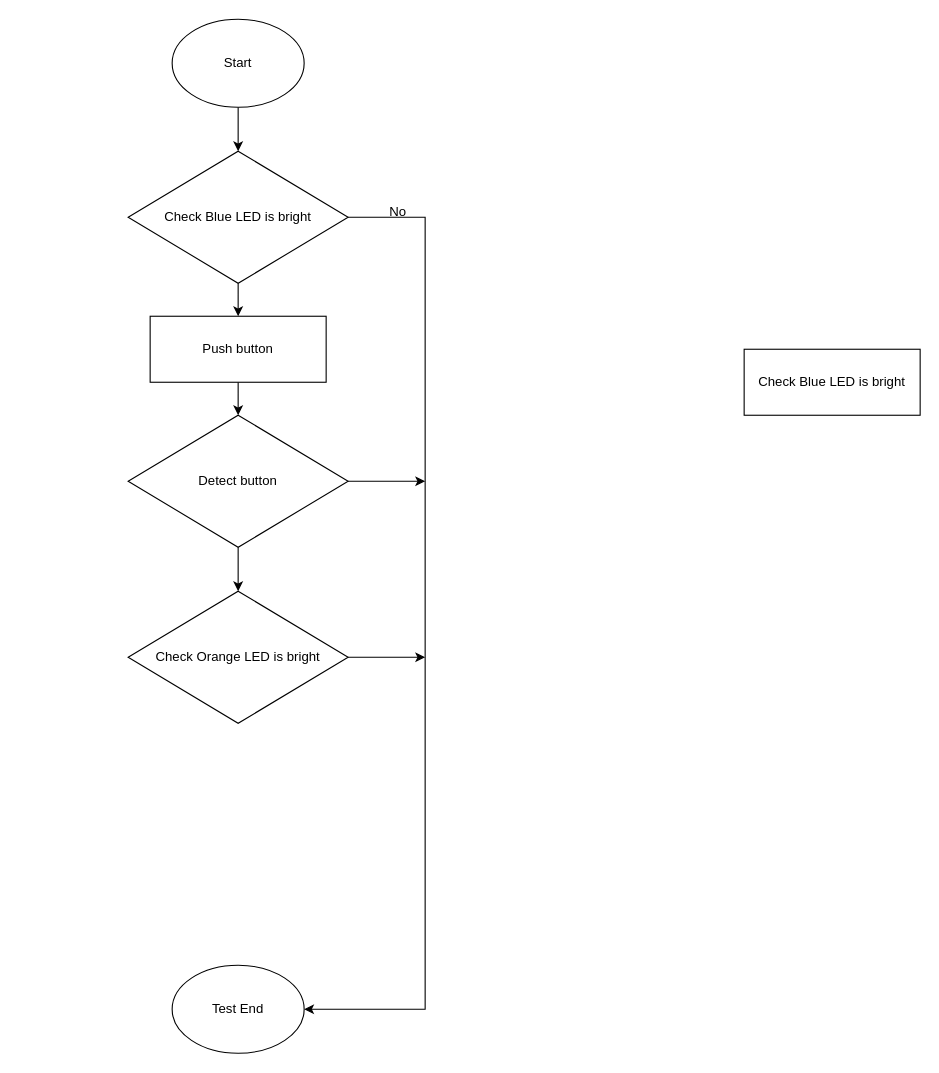
Above: YV3_FIO_TESTFLOW.drawio in wwin3286tw/FlowChartCollection (draw.io), before the change. Source tidied: cells renumbered, new cells numbered last; positions are measured from the earlier drawing's top-left corner, leaving out a move shared by most shapes. Both pictures are drawn from the tidied source at 110%, with x=0, y=0 at pixel (128, 19).
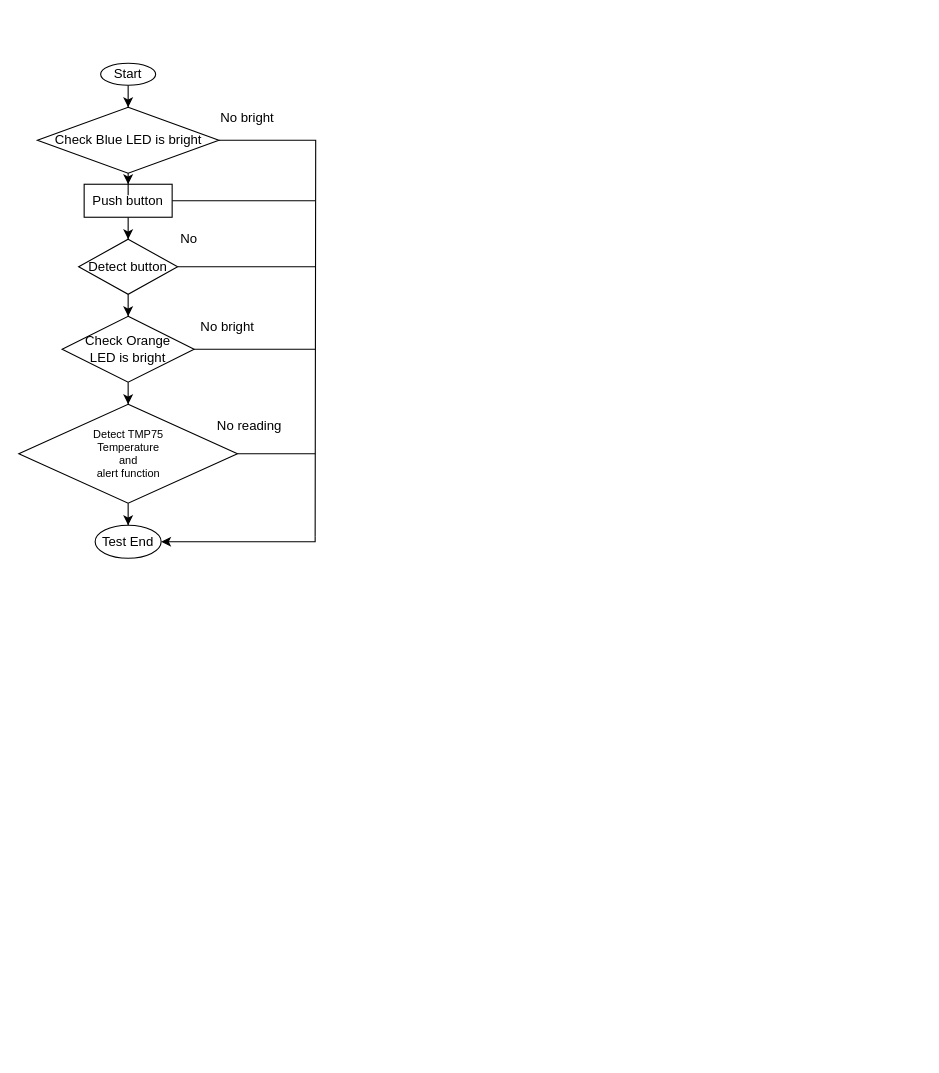
The same page after the edit.

Diff of the diagram source:
```diff
@@
-    <mxCell id="2" value="&lt;div style=&quot;text-align: left&quot;&gt;Check Blue LED is bright&lt;br&gt;&lt;/div&gt;" style="rounded=0;whiteSpace=wrap;html=1;" parent="1" vertex="1">
-      <mxGeometry x="560" y="300" width="160" height="60" as="geometry" />
-    </mxCell>
@@
     <mxCell id="4" value="Start" style="ellipse;whiteSpace=wrap;html=1;" parent="1" vertex="1">
-      <mxGeometry x="40" width="120" height="80" as="geometry" />
+      <mxGeometry x="-25" y="40" width="50" height="20" as="geometry" />
     </mxCell>
@@
+    <mxCell id="17" style="edgeStyle=orthogonalEdgeStyle;rounded=0;jettySize=auto;html=1;endArrow=none;endFill=0;" parent="1" edge="1" source="6">
+      <mxGeometry relative="1" as="geometry">
+        <mxPoint x="170" y="165" as="targetPoint" />
+      </mxGeometry>
+    </mxCell>
     <mxCell id="6" value="Push button" style="rounded=0;whiteSpace=wrap;html=1;" parent="1" vertex="1">
-      <mxGeometry x="20" y="270" width="160" height="60" as="geometry" />
+      <mxGeometry x="-40" y="150" width="80" height="30" as="geometry" />
     </mxCell>
-    <mxCell id="7" style="edgeStyle=orthogonalEdgeStyle;rounded=0;jettySize=auto;html=1;entryX=1;entryY=0.5;entryDx=0;entryDy=0;" parent="1" edge="1" source="9" target="15">
-      <mxGeometry relative="1" as="geometry">
-        <Array as="points">
-          <mxPoint x="270" y="180" />
-          <mxPoint x="270" y="900" />
-        </Array>
-      </mxGeometry>
-    </mxCell>
@@
+    <mxCell id="18" style="edgeStyle=orthogonalEdgeStyle;rounded=0;jettySize=auto;html=1;endArrow=none;endFill=0;" parent="1" edge="1" source="9">
+      <mxGeometry relative="1" as="geometry">
+        <mxPoint x="170" y="470" as="targetPoint" />
+      </mxGeometry>
+    </mxCell>
-    <mxCell id="9" value="&lt;span style=&quot;text-align: left ; white-space: normal&quot;&gt;Check Blue LED is bright&lt;/span&gt;" style="rhombus;whiteSpace=wrap;html=1;" parent="1" vertex="1">
-      <mxGeometry y="120" width="200" height="120" as="geometry" />
+    <mxCell id="9" value="&lt;span style=&quot;text-align: left ; white-space: normal&quot;&gt;Check Blue LED is bright&lt;br&gt;&lt;/span&gt;" style="rhombus;whiteSpace=wrap;html=1;" parent="1" vertex="1">
+      <mxGeometry x="-82.5" y="80" width="165" height="60" as="geometry" />
     </mxCell>
-    <mxCell id="10" style="edgeStyle=orthogonalEdgeStyle;rounded=0;jettySize=auto;html=1;" parent="1" edge="1" source="11">
-      <mxGeometry relative="1" as="geometry">
-        <mxPoint x="270" y="580" as="targetPoint" />
-      </mxGeometry>
-    </mxCell>
+    <mxCell id="19" style="edgeStyle=orthogonalEdgeStyle;rounded=0;jettySize=auto;html=1;entryX=0.5;entryY=0;entryDx=0;entryDy=0;" parent="1" edge="1" source="11" target="27">
+      <mxGeometry relative="1" as="geometry" />
+    </mxCell>
+    <mxCell id="20" style="edgeStyle=orthogonalEdgeStyle;rounded=0;jettySize=auto;html=1;endArrow=none;endFill=0;" parent="1" edge="1" source="11">
+      <mxGeometry relative="1" as="geometry">
+        <mxPoint x="170" y="300" as="targetPoint" />
+      </mxGeometry>
+    </mxCell>
-    <mxCell id="11" value="&lt;span style=&quot;text-align: left ; white-space: normal&quot;&gt;Check Orange LED is bright&lt;/span&gt;" style="rhombus;whiteSpace=wrap;html=1;" parent="1" vertex="1">
-      <mxGeometry y="520" width="200" height="120" as="geometry" />
+    <mxCell id="11" value="&lt;span style=&quot;text-align: left ; white-space: normal&quot;&gt;Check Orange&lt;br&gt;LED is bright&lt;/span&gt;" style="rhombus;whiteSpace=wrap;html=1;" parent="1" vertex="1">
+      <mxGeometry x="-60" y="270" width="120" height="60" as="geometry" />
     </mxCell>
-    <mxCell id="12" style="edgeStyle=orthogonalEdgeStyle;rounded=0;jettySize=auto;html=1;" parent="1" edge="1" source="14">
-      <mxGeometry relative="1" as="geometry">
-        <mxPoint x="270" y="420" as="targetPoint" />
-      </mxGeometry>
-    </mxCell>
@@
+    <mxCell id="21" style="edgeStyle=orthogonalEdgeStyle;rounded=0;jettySize=auto;html=1;endArrow=none;endFill=0;" parent="1" edge="1" source="14">
+      <mxGeometry relative="1" as="geometry">
+        <mxPoint x="170" y="225" as="targetPoint" />
+      </mxGeometry>
+    </mxCell>
     <mxCell id="14" value="&lt;span style=&quot;text-align: left ; white-space: normal&quot;&gt;Detect button&lt;/span&gt;" style="rhombus;whiteSpace=wrap;html=1;" parent="1" vertex="1">
-      <mxGeometry y="360" width="200" height="120" as="geometry" />
+      <mxGeometry x="-45" y="200" width="90" height="50" as="geometry" />
     </mxCell>
+    <mxCell id="22" style="edgeStyle=orthogonalEdgeStyle;rounded=0;jettySize=auto;html=1;endArrow=none;endFill=0;fontSize=10;startArrow=classic;startFill=1;" parent="1" edge="1" source="15">
+      <mxGeometry relative="1" as="geometry">
+        <mxPoint x="170" y="470" as="targetPoint" />
+        <Array as="points">
+          <mxPoint x="170" y="475" />
+        </Array>
+      </mxGeometry>
+    </mxCell>
     <mxCell id="15" value="Test End" style="ellipse;whiteSpace=wrap;html=1;" parent="1" vertex="1">
-      <mxGeometry x="40" y="860" width="120" height="80" as="geometry" />
+      <mxGeometry x="-30" y="460" width="60" height="30" as="geometry" />
     </mxCell>
-    <mxCell id="16" value="No" style="text;html=1;align=center;verticalAlign=middle;" parent="1" vertex="1">
-      <mxGeometry x="230" y="165" width="30" height="20" as="geometry" />
+    <mxCell id="16" value="No bright" style="text;html=1;align=center;verticalAlign=middle;" parent="1" vertex="1">
+      <mxGeometry x="77.5" y="80" width="60" height="20" as="geometry" />
     </mxCell>
+    <mxCell id="23" value="No" style="text;html=1;align=center;verticalAlign=middle;" parent="1" vertex="1">
+      <mxGeometry x="40" y="190" width="30" height="20" as="geometry" />
+    </mxCell>
+    <mxCell id="24" value="No bright" style="text;html=1;align=center;verticalAlign=middle;" parent="1" vertex="1">
+      <mxGeometry x="60" y="270" width="60" height="20" as="geometry" />
+    </mxCell>
+    <mxCell id="25" style="edgeStyle=orthogonalEdgeStyle;rounded=0;jettySize=auto;html=1;" parent="1" edge="1" source="27" target="15">
+      <mxGeometry relative="1" as="geometry" />
+    </mxCell>
+    <mxCell id="26" style="edgeStyle=orthogonalEdgeStyle;rounded=0;jettySize=auto;html=1;endArrow=none;endFill=0;fontSize=10;" parent="1" edge="1" source="27">
+      <mxGeometry relative="1" as="geometry">
+        <mxPoint x="170" y="395" as="targetPoint" />
+      </mxGeometry>
+    </mxCell>
+    <mxCell id="27" value="&lt;span style=&quot;white-space: normal ; font-size: 10px&quot;&gt;Detect TMP75&lt;br style=&quot;font-size: 10px&quot;&gt;&lt;div style=&quot;font-size: 10px&quot;&gt;&lt;span style=&quot;font-size: 10px&quot;&gt;Temperature&lt;/span&gt;&lt;/div&gt;&lt;div style=&quot;font-size: 10px&quot;&gt;&lt;span style=&quot;font-size: 10px&quot;&gt;and&lt;/span&gt;&lt;/div&gt;&lt;div style=&quot;font-size: 10px&quot;&gt;&lt;span style=&quot;font-size: 10px&quot;&gt;alert function&lt;/span&gt;&lt;/div&gt;&lt;/span&gt;" style="rhombus;whiteSpace=wrap;html=1;align=center;fontSize=10;" parent="1" vertex="1">
+      <mxGeometry x="-99.4" y="350" width="198.8" height="90" as="geometry" />
+    </mxCell>
+    <mxCell id="28" value="No reading" style="text;html=1;align=center;verticalAlign=middle;" parent="1" vertex="1">
+      <mxGeometry x="75" y="360" width="70" height="20" as="geometry" />
+    </mxCell>
```
